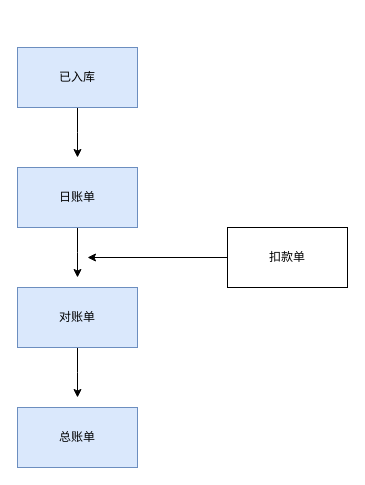
Above: 供应商财务.drawio in pbm0802/GitIDEATest (draw.io), before the change. Source tidied: cells renumbered, new cells numbered last; positions are measured from the earlier drawing's top-left corner, leaving out a move shared by most shapes. Both pictures are drawn from the tidied source at 100%, with x=0, y=0 at pixel (17, 47).
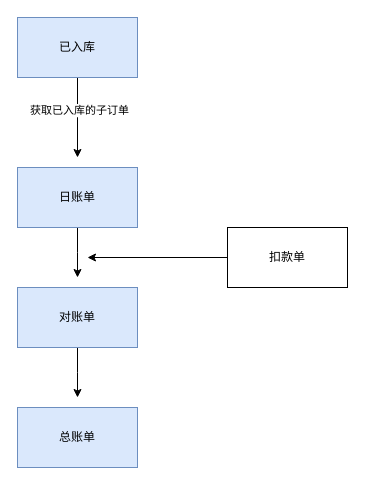
The same diagram, later.

Commit message:
更新供应商财务.drawio

Diff of the diagram source:
```diff
@@
 <mxGraphModel>
   <root>
     <mxCell id="0" />
     <mxCell id="1" parent="0" />
     <mxCell id="2" style="edgeStyle=orthogonalEdgeStyle;rounded=0;jettySize=auto;html=1;exitX=0.5;exitY=1;exitDx=0;exitDy=0;" parent="1" edge="1" source="3">
       <mxGeometry relative="1" as="geometry">
         <mxPoint x="60" y="110" as="targetPoint" />
       </mxGeometry>
     </mxCell>
+    <mxCell id="11" value="获取已入库的子订单" style="edgeLabel;html=1;align=center;verticalAlign=middle;" parent="2" vertex="1">
+      <mxGeometry x="-0.2" y="1" relative="1" as="geometry" />
+    </mxCell>
     <mxCell id="3" value="已入库" style="rounded=0;whiteSpace=wrap;html=1;fillColor=#dae8fc;strokeColor=#6c8ebf;" parent="1" vertex="1">
-      <mxGeometry width="120" height="60" as="geometry" />
+      <mxGeometry y="-30" width="120" height="60" as="geometry" />
     </mxCell>
     <mxCell id="4" style="edgeStyle=orthogonalEdgeStyle;rounded=0;jettySize=auto;html=1;exitX=0.5;exitY=1;exitDx=0;exitDy=0;" parent="1" edge="1" source="5">
       <mxGeometry relative="1" as="geometry">
         <mxPoint x="60" y="230" as="targetPoint" />
       </mxGeometry>
     </mxCell>
     <mxCell id="5" value="日账单" style="rounded=0;whiteSpace=wrap;html=1;fillColor=#dae8fc;strokeColor=#6c8ebf;" parent="1" vertex="1">
       <mxGeometry y="120" width="120" height="60" as="geometry" />
     </mxCell>
     <mxCell id="6" style="edgeStyle=orthogonalEdgeStyle;rounded=0;jettySize=auto;html=1;exitX=0.5;exitY=1;exitDx=0;exitDy=0;" parent="1" edge="1" source="7">
       <mxGeometry relative="1" as="geometry">
         <mxPoint x="60" y="350" as="targetPoint" />
       </mxGeometry>
     </mxCell>
     <mxCell id="7" value="对账单" style="rounded=0;whiteSpace=wrap;html=1;fillColor=#dae8fc;strokeColor=#6c8ebf;" parent="1" vertex="1">
       <mxGeometry y="240" width="120" height="60" as="geometry" />
     </mxCell>
     <mxCell id="8" value="总账单" style="rounded=0;whiteSpace=wrap;html=1;fillColor=#dae8fc;strokeColor=#6c8ebf;" parent="1" vertex="1">
       <mxGeometry y="360" width="120" height="60" as="geometry" />
     </mxCell>
     <mxCell id="9" style="edgeStyle=orthogonalEdgeStyle;rounded=0;jettySize=auto;html=1;exitX=0;exitY=0.5;exitDx=0;exitDy=0;" parent="1" edge="1" source="10">
       <mxGeometry relative="1" as="geometry">
         <mxPoint x="70" y="210" as="targetPoint" />
       </mxGeometry>
     </mxCell>
     <mxCell id="10" value="扣款单" style="rounded=0;whiteSpace=wrap;html=1;" parent="1" vertex="1">
       <mxGeometry x="210" y="180" width="120" height="60" as="geometry" />
     </mxCell>
   </root>
 </mxGraphModel>
```
